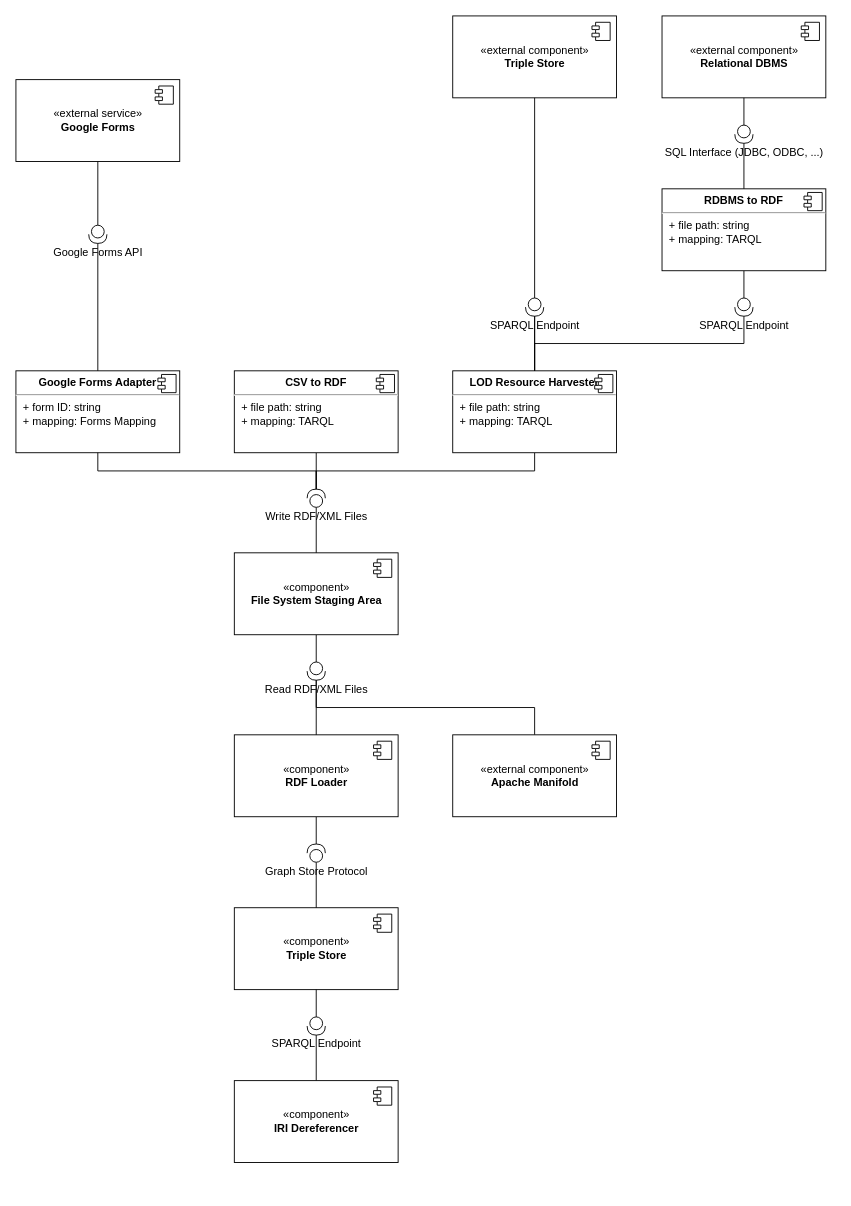
Before: page "UML Component Diagram" (2 of 2) of DigitalLibrary/InputAdapters.drawio in miguel76/ECODIGIT-architecture, a draw.io diagram. Source tidied: cells renumbered, new cells numbered last; positions are measured from the earlier drawing's top-left corner, leaving out a move shared by most shapes. Both pictures are drawn from the tidied source at 91%, with x=0, y=0 at pixel (15, 15).
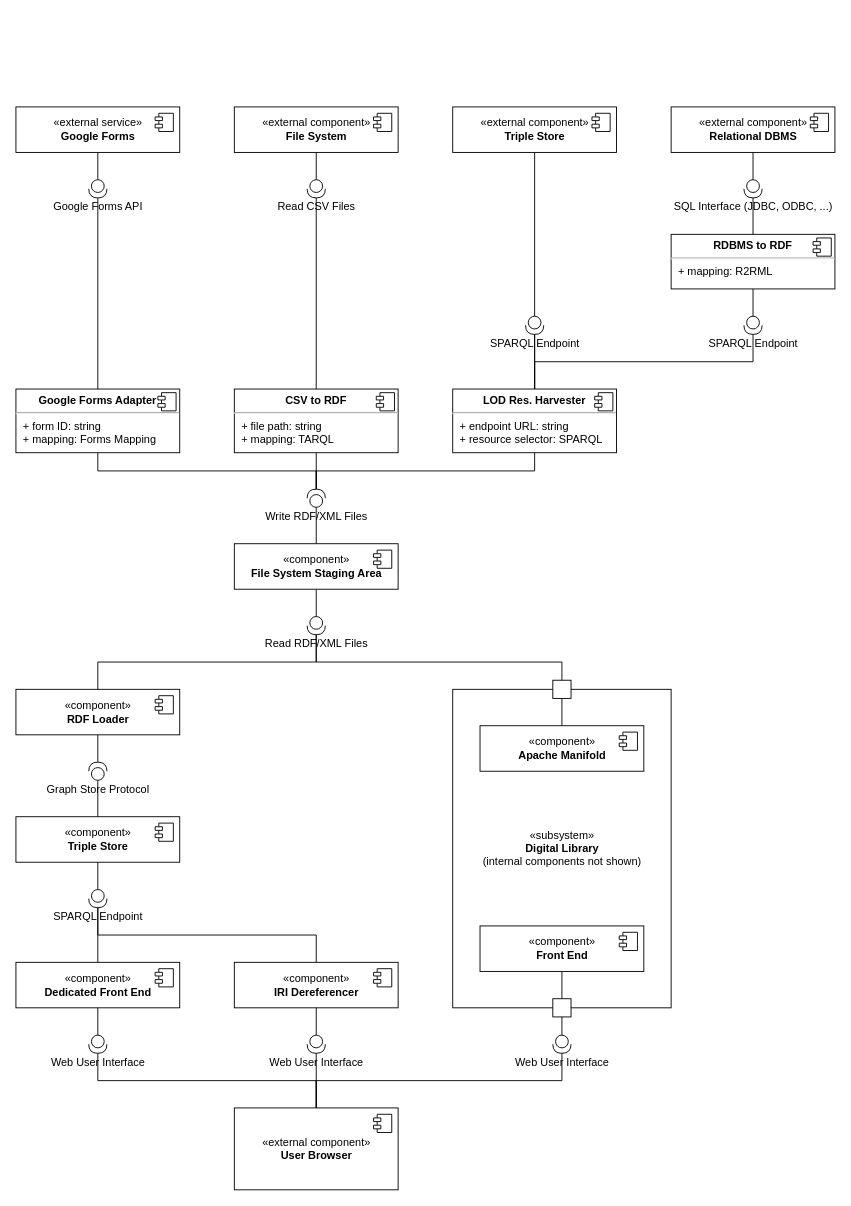
The same page after the edit.

What changed in the source:
```diff
@@
     <mxCell id="2" value="«component»&lt;br&gt;&lt;b&gt;Triple Store&lt;/b&gt;" style="html=1;" parent="1" vertex="1">
-      <mxGeometry x="240" y="980" width="180" height="90" as="geometry" />
+      <mxGeometry y="880" width="180" height="50" as="geometry" />
     </mxCell>
@@
     <mxCell id="4" value="&lt;p style=&quot;margin: 0px ; margin-top: 6px ; text-align: center&quot;&gt;&lt;b&gt;Google Forms Adapter&lt;/b&gt;&lt;/p&gt;&lt;hr&gt;&lt;p style=&quot;margin: 0px ; margin-left: 8px&quot;&gt;+&amp;nbsp;&lt;span&gt;form ID&lt;/span&gt;&lt;span&gt;: string&lt;/span&gt;&lt;/p&gt;&lt;p style=&quot;margin: 0px ; margin-left: 8px&quot;&gt;+&amp;nbsp;&lt;span&gt;mapping&lt;/span&gt;&lt;span&gt;: Forms Mapping&lt;/span&gt;&lt;span&gt;&lt;br&gt;&lt;/span&gt;&lt;/p&gt;" style="align=left;overflow=fill;html=1;" parent="1" vertex="1">
-      <mxGeometry y="390" width="180" height="90" as="geometry" />
+      <mxGeometry y="410" width="180" height="70" as="geometry" />
     </mxCell>
@@
     <mxCell id="8" value="SPARQL Endpoint" style="shape=providedRequiredInterface;html=1;verticalLabelPosition=bottom;direction=south;" parent="1" vertex="1">
-      <mxGeometry x="320" y="1100" width="20" height="20" as="geometry" />
+      <mxGeometry x="80" y="960" width="20" height="20" as="geometry" />
     </mxCell>
@@
     <mxCell id="11" value="Graph Store Protocol" style="shape=providedRequiredInterface;html=1;verticalLabelPosition=bottom;direction=north;" parent="1" vertex="1">
-      <mxGeometry x="320" y="910" width="20" height="20" as="geometry" />
+      <mxGeometry x="80" y="820" width="20" height="20" as="geometry" />
     </mxCell>
     <mxCell id="12" value="«component»&lt;br&gt;&lt;b&gt;IRI Dereferencer&lt;/b&gt;" style="html=1;" parent="1" vertex="1">
-      <mxGeometry x="240" y="1170" width="180" height="90" as="geometry" />
+      <mxGeometry x="240" y="1040" width="180" height="50" as="geometry" />
     </mxCell>
@@
     <mxCell id="14" value="«component»&lt;br&gt;&lt;b&gt;RDF Loader&lt;/b&gt;" style="html=1;" parent="1" vertex="1">
-      <mxGeometry x="240" y="790" width="180" height="90" as="geometry" />
+      <mxGeometry y="740" width="180" height="50" as="geometry" />
     </mxCell>
@@
     <mxCell id="18" value="&lt;p style=&quot;margin: 0px ; margin-top: 6px ; text-align: center&quot;&gt;&lt;b&gt;CSV to RDF&lt;/b&gt;&lt;/p&gt;&lt;hr&gt;&lt;p style=&quot;margin: 0px ; margin-left: 8px&quot;&gt;+ file path: string&lt;/p&gt;&lt;p style=&quot;margin: 0px ; margin-left: 8px&quot;&gt;+ mapping: TARQL&lt;br&gt;&lt;/p&gt;" style="align=left;overflow=fill;html=1;" parent="1" vertex="1">
-      <mxGeometry x="240" y="390" width="180" height="90" as="geometry" />
+      <mxGeometry x="240" y="410" width="180" height="70" as="geometry" />
     </mxCell>
@@
-    <mxCell id="21" value="&lt;p style=&quot;margin: 0px ; margin-top: 6px ; text-align: center&quot;&gt;&lt;b&gt;LOD Resource Harvester&lt;/b&gt;&lt;/p&gt;&lt;hr&gt;&lt;p style=&quot;margin: 0px ; margin-left: 8px&quot;&gt;+ file path: string&lt;/p&gt;&lt;p style=&quot;margin: 0px ; margin-left: 8px&quot;&gt;+ mapping: TARQL&lt;br&gt;&lt;/p&gt;" style="align=left;overflow=fill;html=1;" parent="1" vertex="1">
-      <mxGeometry x="480" y="390" width="180" height="90" as="geometry" />
+    <mxCell id="21" value="&lt;p style=&quot;margin: 0px ; margin-top: 6px ; text-align: center&quot;&gt;&lt;b&gt;LOD Res. Harvester&lt;/b&gt;&lt;/p&gt;&lt;hr&gt;&lt;p style=&quot;margin: 0px ; margin-left: 8px&quot;&gt;+ endpoint URL: string&lt;/p&gt;&lt;p style=&quot;margin: 0px ; margin-left: 8px&quot;&gt;+ resource selector: SPARQL&lt;br&gt;&lt;/p&gt;" style="align=left;overflow=fill;html=1;" parent="1" vertex="1">
+      <mxGeometry x="480" y="410" width="180" height="70" as="geometry" />
     </mxCell>
@@
-    <mxCell id="24" value="&lt;p style=&quot;margin: 0px ; margin-top: 6px ; text-align: center&quot;&gt;&lt;b&gt;RDBMS to RDF&lt;/b&gt;&lt;/p&gt;&lt;hr&gt;&lt;p style=&quot;margin: 0px ; margin-left: 8px&quot;&gt;+ file path: string&lt;/p&gt;&lt;p style=&quot;margin: 0px ; margin-left: 8px&quot;&gt;+ mapping: TARQL&lt;br&gt;&lt;/p&gt;" style="align=left;overflow=fill;html=1;" parent="1" vertex="1">
-      <mxGeometry x="710" y="190" width="180" height="90" as="geometry" />
+    <mxCell id="24" value="&lt;p style=&quot;margin: 0px ; margin-top: 6px ; text-align: center&quot;&gt;&lt;b&gt;RDBMS to RDF&lt;/b&gt;&lt;/p&gt;&lt;hr&gt;&lt;p style=&quot;margin: 0px ; margin-left: 8px&quot;&gt;&lt;span&gt;+ mapping: R2RML&lt;/span&gt;&lt;br&gt;&lt;/p&gt;" style="align=left;overflow=fill;html=1;" parent="1" vertex="1">
+      <mxGeometry x="720" y="240" width="180" height="60" as="geometry" />
     </mxCell>
@@
     <mxCell id="26" value="«external service»&lt;br&gt;&lt;b&gt;Google Forms&lt;/b&gt;" style="html=1;" parent="1" vertex="1">
-      <mxGeometry y="70" width="180" height="90" as="geometry" />
+      <mxGeometry y="100" width="180" height="50" as="geometry" />
     </mxCell>
@@
     <mxCell id="28" value="«external component»&lt;br&gt;&lt;b&gt;Triple Store&lt;/b&gt;" style="html=1;" parent="1" vertex="1">
-      <mxGeometry x="480" width="180" height="90" as="geometry" />
+      <mxGeometry x="480" y="100" width="180" height="50" as="geometry" />
     </mxCell>
@@
     <mxCell id="30" value="«external component»&lt;br&gt;&lt;b&gt;Relational DBMS&lt;/b&gt;" style="html=1;" parent="1" vertex="1">
-      <mxGeometry x="710" width="180" height="90" as="geometry" />
+      <mxGeometry x="720" y="100" width="180" height="50" as="geometry" />
     </mxCell>
@@
     <mxCell id="34" value="Google Forms API" style="shape=providedRequiredInterface;html=1;verticalLabelPosition=bottom;direction=south;" parent="1" vertex="1">
-      <mxGeometry x="80" y="230" width="20" height="20" as="geometry" />
+      <mxGeometry x="80" y="180" width="20" height="20" as="geometry" />
     </mxCell>
@@
     <mxCell id="36" value="«component»&lt;br&gt;&lt;b&gt;File System Staging Area&lt;/b&gt;" style="html=1;" parent="1" vertex="1">
-      <mxGeometry x="240" y="590" width="180" height="90" as="geometry" />
+      <mxGeometry x="240" y="580" width="180" height="50" as="geometry" />
     </mxCell>
@@
     <mxCell id="41" value="Read RDF/XML Files" style="shape=providedRequiredInterface;html=1;verticalLabelPosition=bottom;direction=south;" parent="1" vertex="1">
-      <mxGeometry x="320" y="710" width="20" height="20" as="geometry" />
+      <mxGeometry x="320" y="660" width="20" height="20" as="geometry" />
     </mxCell>
-    <mxCell id="42" style="edgeStyle=orthogonalEdgeStyle;rounded=0;jettySize=auto;html=1;exitX=0.5;exitY=0;exitDx=0;exitDy=0;entryX=1;entryY=0.5;entryDx=0;entryDy=0;entryPerimeter=0;endArrow=none;endFill=0;" parent="1" edge="1" source="43" target="41">
-      <mxGeometry relative="1" as="geometry" />
+    <mxCell id="42" style="edgeStyle=orthogonalEdgeStyle;rounded=0;jettySize=auto;html=1;exitX=0.5;exitY=0;exitDx=0;exitDy=0;entryX=1;entryY=0.5;entryDx=0;entryDy=0;entryPerimeter=0;endArrow=none;endFill=0;" parent="1" edge="1" source="54" target="41">
+      <mxGeometry relative="1" as="geometry">
+        <Array as="points">
+          <mxPoint x="600" y="710" />
+          <mxPoint x="330" y="710" />
+        </Array>
+      </mxGeometry>
     </mxCell>
-    <mxCell id="43" value="«external component»&lt;br&gt;&lt;b&gt;Apache Manifold&lt;/b&gt;" style="html=1;" parent="1" vertex="1">
-      <mxGeometry x="480" y="790" width="180" height="90" as="geometry" />
-    </mxCell>
-    <mxCell id="44" style="shape=component;jettyWidth=8;jettyHeight=4;" parent="43" vertex="1">
-      <mxGeometry x="1" width="20" height="20" relative="1" as="geometry">
-        <mxPoint x="-27" y="7" as="offset" />
-      </mxGeometry>
-    </mxCell>
@@
+    <mxCell id="53" style="edgeStyle=orthogonalEdgeStyle;rounded=0;jettySize=auto;html=1;exitX=1;exitY=0.5;exitDx=0;exitDy=0;exitPerimeter=0;entryX=0.5;entryY=0;entryDx=0;entryDy=0;endArrow=none;endFill=0;" parent="1" edge="1" source="48" target="21">
+      <mxGeometry relative="1" as="geometry" />
+    </mxCell>
     <mxCell id="48" value="SPARQL Endpoint" style="shape=providedRequiredInterface;html=1;verticalLabelPosition=bottom;direction=south;" parent="1" vertex="1">
-      <mxGeometry x="790" y="310" width="20" height="20" as="geometry" />
+      <mxGeometry x="800" y="330" width="20" height="20" as="geometry" />
     </mxCell>
@@
     <mxCell id="51" value="SQL Interface (JDBC, ODBC, ...)" style="shape=providedRequiredInterface;html=1;verticalLabelPosition=bottom;direction=south;" parent="1" vertex="1">
-      <mxGeometry x="790" y="120" width="20" height="20" as="geometry" />
+      <mxGeometry x="800" y="180" width="20" height="20" as="geometry" />
     </mxCell>
     <mxCell id="52" value="SPARQL Endpoint" style="shape=providedRequiredInterface;html=1;verticalLabelPosition=bottom;direction=south;" parent="1" vertex="1">
-      <mxGeometry x="560" y="310" width="20" height="20" as="geometry" />
+      <mxGeometry x="560" y="330" width="20" height="20" as="geometry" />
     </mxCell>
-    <mxCell id="53" style="edgeStyle=orthogonalEdgeStyle;rounded=0;jettySize=auto;html=1;exitX=1;exitY=0.5;exitDx=0;exitDy=0;exitPerimeter=0;entryX=0.5;entryY=0;entryDx=0;entryDy=0;endArrow=none;endFill=0;" parent="1" edge="1" source="48" target="21">
-      <mxGeometry relative="1" as="geometry">
-        <Array as="points">
-          <mxPoint x="800" y="360" />
-          <mxPoint x="570" y="360" />
-        </Array>
-      </mxGeometry>
-    </mxCell>
+    <mxCell id="54" value="«subsystem»&lt;br&gt;&lt;b&gt;Digital Library&lt;/b&gt;&lt;br&gt;(internal components not shown)" style="html=1;" parent="1" vertex="1">
+      <mxGeometry x="480" y="740" width="240" height="350" as="geometry" />
+    </mxCell>
+    <mxCell id="55" style="whiteSpace=wrap;html=1;" parent="1" vertex="1">
+      <mxGeometry x="590" y="730" width="20" height="20" as="geometry" />
+    </mxCell>
+    <mxCell id="56" style="edgeStyle=orthogonalEdgeStyle;rounded=0;jettySize=auto;html=1;exitX=0.5;exitY=0;exitDx=0;exitDy=0;entryX=0.5;entryY=1;entryDx=0;entryDy=0;endArrow=none;endFill=0;" parent="1" edge="1" source="43" target="55">
+      <mxGeometry relative="1" as="geometry" />
+    </mxCell>
+    <mxCell id="43" value="«component»&lt;br&gt;&lt;b&gt;Apache Manifold&lt;/b&gt;" style="html=1;" parent="1" vertex="1">
+      <mxGeometry x="510" y="780" width="180" height="50" as="geometry" />
+    </mxCell>
+    <mxCell id="44" style="shape=component;jettyWidth=8;jettyHeight=4;" parent="43" vertex="1">
+      <mxGeometry x="1" width="20" height="20" relative="1" as="geometry">
+        <mxPoint x="-27" y="7" as="offset" />
+      </mxGeometry>
+    </mxCell>
+    <mxCell id="57" style="edgeStyle=orthogonalEdgeStyle;rounded=0;jettySize=auto;html=1;exitX=0.5;exitY=1;exitDx=0;exitDy=0;entryX=0.5;entryY=0;entryDx=0;entryDy=0;endArrow=none;endFill=0;" parent="1" edge="1" source="58" target="60">
+      <mxGeometry relative="1" as="geometry" />
+    </mxCell>
+    <mxCell id="58" value="«component»&lt;br&gt;&lt;b&gt;Front End&lt;/b&gt;" style="html=1;" parent="1" vertex="1">
+      <mxGeometry x="510" y="1000" width="180" height="50" as="geometry" />
+    </mxCell>
+    <mxCell id="59" style="shape=component;jettyWidth=8;jettyHeight=4;" parent="58" vertex="1">
+      <mxGeometry x="1" width="20" height="20" relative="1" as="geometry">
+        <mxPoint x="-27" y="7" as="offset" />
+      </mxGeometry>
+    </mxCell>
+    <mxCell id="60" style="whiteSpace=wrap;html=1;" parent="1" vertex="1">
+      <mxGeometry x="590" y="1080" width="20" height="20" as="geometry" />
+    </mxCell>
+    <mxCell id="61" style="edgeStyle=orthogonalEdgeStyle;rounded=0;jettySize=auto;html=1;exitX=0.5;exitY=1;exitDx=0;exitDy=0;entryX=0;entryY=0.5;entryDx=0;entryDy=0;entryPerimeter=0;endArrow=none;endFill=0;" parent="1" edge="1" source="62" target="65">
+      <mxGeometry relative="1" as="geometry" />
+    </mxCell>
+    <mxCell id="62" value="«external component»&lt;br&gt;&lt;b&gt;File System&lt;/b&gt;" style="html=1;" parent="1" vertex="1">
+      <mxGeometry x="240" y="100" width="180" height="50" as="geometry" />
+    </mxCell>
+    <mxCell id="63" style="shape=component;jettyWidth=8;jettyHeight=4;" parent="62" vertex="1">
+      <mxGeometry x="1" width="20" height="20" relative="1" as="geometry">
+        <mxPoint x="-27" y="7" as="offset" />
+      </mxGeometry>
+    </mxCell>
+    <mxCell id="64" style="edgeStyle=orthogonalEdgeStyle;rounded=0;jettySize=auto;html=1;exitX=1;exitY=0.5;exitDx=0;exitDy=0;exitPerimeter=0;entryX=0.5;entryY=0;entryDx=0;entryDy=0;endArrow=none;endFill=0;" parent="1" edge="1" source="65" target="18">
+      <mxGeometry relative="1" as="geometry" />
+    </mxCell>
+    <mxCell id="65" value="Read CSV Files" style="shape=providedRequiredInterface;html=1;verticalLabelPosition=bottom;direction=south;" parent="1" vertex="1">
+      <mxGeometry x="320" y="180" width="20" height="20" as="geometry" />
+    </mxCell>
+    <mxCell id="66" style="edgeStyle=orthogonalEdgeStyle;rounded=0;jettySize=auto;html=1;exitX=0.5;exitY=0;exitDx=0;exitDy=0;entryX=1;entryY=0.5;entryDx=0;entryDy=0;entryPerimeter=0;endArrow=none;endFill=0;" parent="1" edge="1" source="67" target="8">
+      <mxGeometry relative="1" as="geometry" />
+    </mxCell>
+    <mxCell id="67" value="«component»&lt;br&gt;&lt;b&gt;Dedicated Front End&lt;/b&gt;" style="html=1;" parent="1" vertex="1">
+      <mxGeometry y="1040" width="180" height="50" as="geometry" />
+    </mxCell>
+    <mxCell id="68" style="shape=component;jettyWidth=8;jettyHeight=4;" parent="67" vertex="1">
+      <mxGeometry x="1" width="20" height="20" relative="1" as="geometry">
+        <mxPoint x="-27" y="7" as="offset" />
+      </mxGeometry>
+    </mxCell>
+    <mxCell id="69" value="«external component»&lt;br&gt;&lt;b&gt;User Browser&lt;/b&gt;" style="html=1;" parent="1" vertex="1">
+      <mxGeometry x="240" y="1200" width="180" height="90" as="geometry" />
+    </mxCell>
+    <mxCell id="70" style="shape=component;jettyWidth=8;jettyHeight=4;" parent="69" vertex="1">
+      <mxGeometry x="1" width="20" height="20" relative="1" as="geometry">
+        <mxPoint x="-27" y="7" as="offset" />
+      </mxGeometry>
+    </mxCell>
+    <mxCell id="71" style="edgeStyle=orthogonalEdgeStyle;rounded=0;jettySize=auto;html=1;exitX=0;exitY=0.5;exitDx=0;exitDy=0;exitPerimeter=0;entryX=0.5;entryY=1;entryDx=0;entryDy=0;endArrow=none;endFill=0;" parent="1" edge="1" source="73" target="12">
+      <mxGeometry relative="1" as="geometry" />
+    </mxCell>
+    <mxCell id="72" style="edgeStyle=orthogonalEdgeStyle;rounded=0;jettySize=auto;html=1;exitX=1;exitY=0.5;exitDx=0;exitDy=0;exitPerimeter=0;endArrow=none;endFill=0;" parent="1" edge="1" source="73" target="69">
+      <mxGeometry relative="1" as="geometry" />
+    </mxCell>
+    <mxCell id="73" value="Web User Interface" style="shape=providedRequiredInterface;html=1;verticalLabelPosition=bottom;direction=south;" parent="1" vertex="1">
+      <mxGeometry x="320" y="1120" width="20" height="20" as="geometry" />
+    </mxCell>
+    <mxCell id="74" style="edgeStyle=orthogonalEdgeStyle;rounded=0;jettySize=auto;html=1;exitX=0;exitY=0.5;exitDx=0;exitDy=0;exitPerimeter=0;entryX=0.5;entryY=1;entryDx=0;entryDy=0;endArrow=none;endFill=0;" parent="1" edge="1" source="76" target="60">
+      <mxGeometry relative="1" as="geometry" />
+    </mxCell>
+    <mxCell id="75" style="edgeStyle=orthogonalEdgeStyle;rounded=0;jettySize=auto;html=1;exitX=1;exitY=0.5;exitDx=0;exitDy=0;exitPerimeter=0;endArrow=none;endFill=0;" parent="1" edge="1" source="76" target="69">
+      <mxGeometry relative="1" as="geometry" />
+    </mxCell>
+    <mxCell id="76" value="Web User Interface" style="shape=providedRequiredInterface;html=1;verticalLabelPosition=bottom;direction=south;" parent="1" vertex="1">
+      <mxGeometry x="590" y="1120" width="20" height="20" as="geometry" />
+    </mxCell>
+    <mxCell id="77" style="edgeStyle=orthogonalEdgeStyle;rounded=0;jettySize=auto;html=1;exitX=0;exitY=0.5;exitDx=0;exitDy=0;exitPerimeter=0;entryX=0.5;entryY=1;entryDx=0;entryDy=0;endArrow=none;endFill=0;" parent="1" edge="1" source="79" target="67">
+      <mxGeometry relative="1" as="geometry" />
+    </mxCell>
+    <mxCell id="78" style="edgeStyle=orthogonalEdgeStyle;rounded=0;jettySize=auto;html=1;exitX=1;exitY=0.5;exitDx=0;exitDy=0;exitPerimeter=0;endArrow=none;endFill=0;" parent="1" edge="1" source="79">
+      <mxGeometry relative="1" as="geometry">
+        <mxPoint x="330" y="1200" as="targetPoint" />
+        <Array as="points">
+          <mxPoint x="90" y="1170" />
+          <mxPoint x="330" y="1170" />
+        </Array>
+      </mxGeometry>
+    </mxCell>
+    <mxCell id="79" value="Web User Interface" style="shape=providedRequiredInterface;html=1;verticalLabelPosition=bottom;direction=south;" parent="1" vertex="1">
+      <mxGeometry x="80" y="1120" width="20" height="20" as="geometry" />
+    </mxCell>
```
